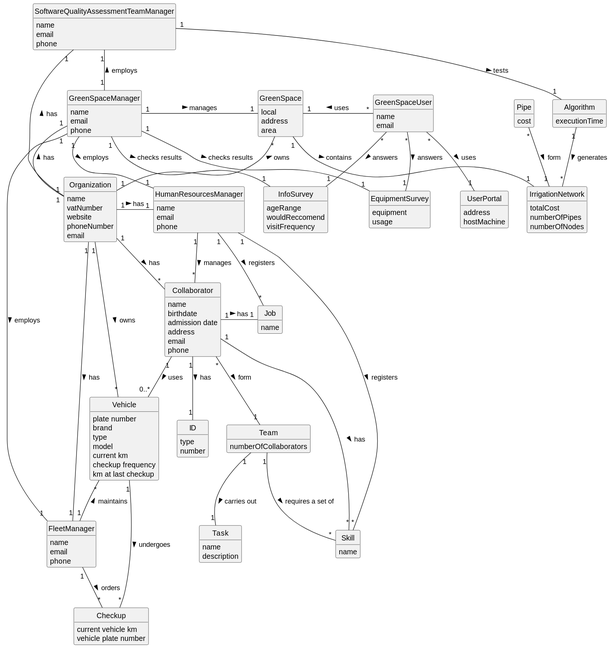
This is docs/sprintC/global-artifacts/02.analysis/svg/project-domain-model.svg from Departamento-de-Engenharia-Informatica/lei-24-s2-1dkl-g134, a PlantUML export, as it was before one commit.
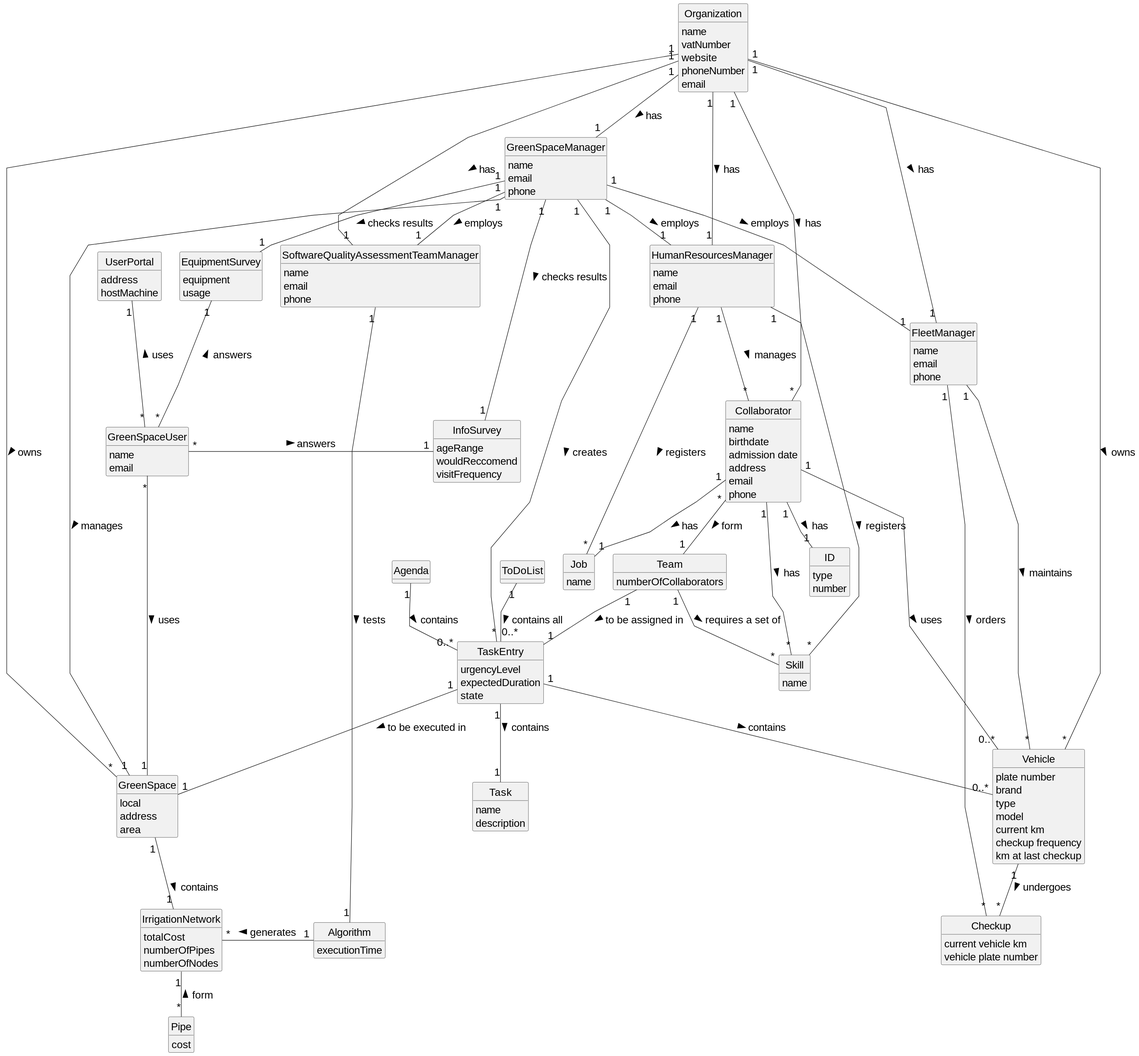
After the change.

Commit message:
Project Domain Model update

What changed in the source:
```diff
@@ -1,7 +1,9 @@
 @startuml
+skinparamlocked defaultFontSize 20
 skinparam monochrome true
 skinparam packageStyle rectangle
 skinparam shadowing false
+skinparam linetype polyline
 
 skinparam classAttributeIconSize 0
 
@@ -127,38 +129,56 @@
     hostMachine
 }
 
-Organization "1" - "*" Collaborator : has >
-Organization "1" - "1" FleetManager : has >
-Organization "1" - "1" HumanResourcesManager : has >
-Organization "1" -up- "1" GreenSpaceManager : has >
-Organization "1" -up- "1" SoftwareQualityAssessmentTeamManager : has >
-Organization "1" -up- "*" GreenSpace : owns >
-GreenSpaceManager "1" - "1" GreenSpace : manages >
-GreenSpaceManager "1" -down- "1" FleetManager : employs >
-GreenSpaceManager "1" - "1" HumanResourcesManager : employs >
-GreenSpaceManager "1" -up- "1" SoftwareQualityAssessmentTeamManager : employs >
-GreenSpaceUser "*" -left- "1" GreenSpace : uses >
-Organization "1" - "*" Vehicle: owns >
-Vehicle "1" - "*" Checkup: undergoes >
-HumanResourcesManager "1" -down- "*" Collaborator : manages >
-Collaborator "1" -- "0..*" Vehicle : uses >
-HumanResourcesManager "1" -- "*" Skill : registers >
-HumanResourcesManager "1" -- "*" Job : registers >
-Collaborator "1" -- "*" Skill : has >
-Collaborator "1" -right- "1" Job : has >
-Collaborator "1" -- "1" ID : has >
-FleetManager "1" -up- "*" Vehicle : maintains >
-FleetManager "1" -- "*" Checkup : orders >
-Team "1" -- "1" Task : carries out >
-Team "1" -- "*" Skill : requires a set of >
-Collaborator "*" -- "1" Team : form >
-Pipe "*" -- "1" IrrigationNetwork : form >
-Algorithm "1" -- "*" IrrigationNetwork : generates >
-SoftwareQualityAssessmentTeamManager "1" -- "1" Algorithm : tests >
-GreenSpaceUser "*" -- "1" InfoSurvey : answers >
-GreenSpaceUser "*" -- "1" EquipmentSurvey : answers >
-GreenSpaceUser "*" -- "1" UserPortal : uses >
-GreenSpaceManager "1" - "1" InfoSurvey : checks results >
-GreenSpaceManager "1" - "1" EquipmentSurvey : checks results >
-GreenSpace "1"-"1" IrrigationNetwork : contains >
+class TaskEntry{
+    urgencyLevel
+    expectedDuration
+    state
+}
+
+class ToDoList{
+}
+
+class Agenda{
+}
+
+Organization "1"--"*" Collaborator : has >
+Organization "1"--"1" FleetManager : has >
+Organization "1"--"1" HumanResourcesManager : has >
+Organization "1"--"1" GreenSpaceManager : has >
+Organization "1"--"1" SoftwareQualityAssessmentTeamManager : has >
+Organization "1"--"*" GreenSpace : owns >
+GreenSpaceManager "1"--"1" GreenSpace : manages >
+GreenSpaceManager "1"--"*" TaskEntry : creates >
+GreenSpaceManager "1"--"1" FleetManager : employs >
+GreenSpaceManager "1"--"1" HumanResourcesManager : employs >
+GreenSpaceManager "1"--"1" SoftwareQualityAssessmentTeamManager : employs >
+GreenSpaceUser "*"--"1" GreenSpace : uses >
+Organization "1"--"*" Vehicle: owns >
+Vehicle "1"--"*" Checkup: undergoes >
+HumanResourcesManager "1"--"*" Collaborator : manages >
+Collaborator "1"--"0..*" Vehicle : uses >
+HumanResourcesManager "1"--"*" Skill : registers >
+HumanResourcesManager "1"--"*" Job : registers >
+Collaborator "1"--"*" Skill : has >
+Collaborator "1"--"1" Job : has >
+Collaborator "1"--"1" ID : has >
+FleetManager "1"--"*" Vehicle : maintains >
+FleetManager "1"--"*" Checkup : orders >
+Team "1"--"*" Skill : requires a set of >
+Collaborator "*"--"1" Team : form >
+Pipe "*"-up-"1" IrrigationNetwork : form >
+Algorithm "1"-left-"*" IrrigationNetwork : generates >
+SoftwareQualityAssessmentTeamManager "1"--"1" Algorithm : tests >
+GreenSpaceUser "*"-right-"1" InfoSurvey : answers >
+GreenSpaceUser "*"-up-"1" EquipmentSurvey : answers >
+GreenSpaceUser "*"-up-"1" UserPortal : uses >
+GreenSpaceManager "1"--"1" InfoSurvey : checks results >
+GreenSpaceManager "1"--"1" EquipmentSurvey : checks results >
+GreenSpace "1"--"1" IrrigationNetwork : contains >
+TaskEntry "1"--"1" Task : contains >
+TaskEntry "1"--"1" GreenSpace : to be executed in >
+Team "1"--"1" TaskEntry : to be assigned in >
+Agenda "1"--"0..*" TaskEntry : contains >
+ToDoList "1"--"0..*" TaskEntry : contains all >
+TaskEntry "1"--"0..*" Vehicle : contains >
 @enduml
```
